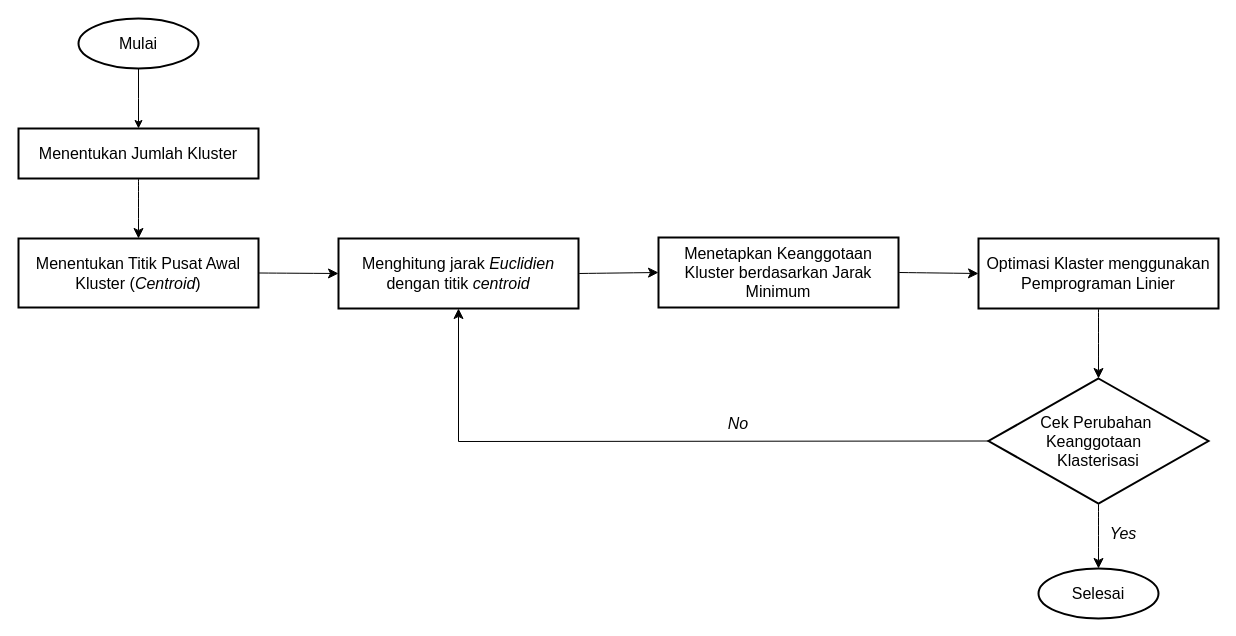
Before: page "Halaman-7" (7 of 7) of Diagram Tanpa Judul.drawio in NayaRPL/bebas, a draw.io diagram. Source tidied: cells renumbered, new cells numbered last; positions are measured from the earlier drawing's top-left corner, leaving out a move shared by most shapes. Both pictures are drawn from the tidied source at 100%, with x=0, y=0 at pixel (18, 18).
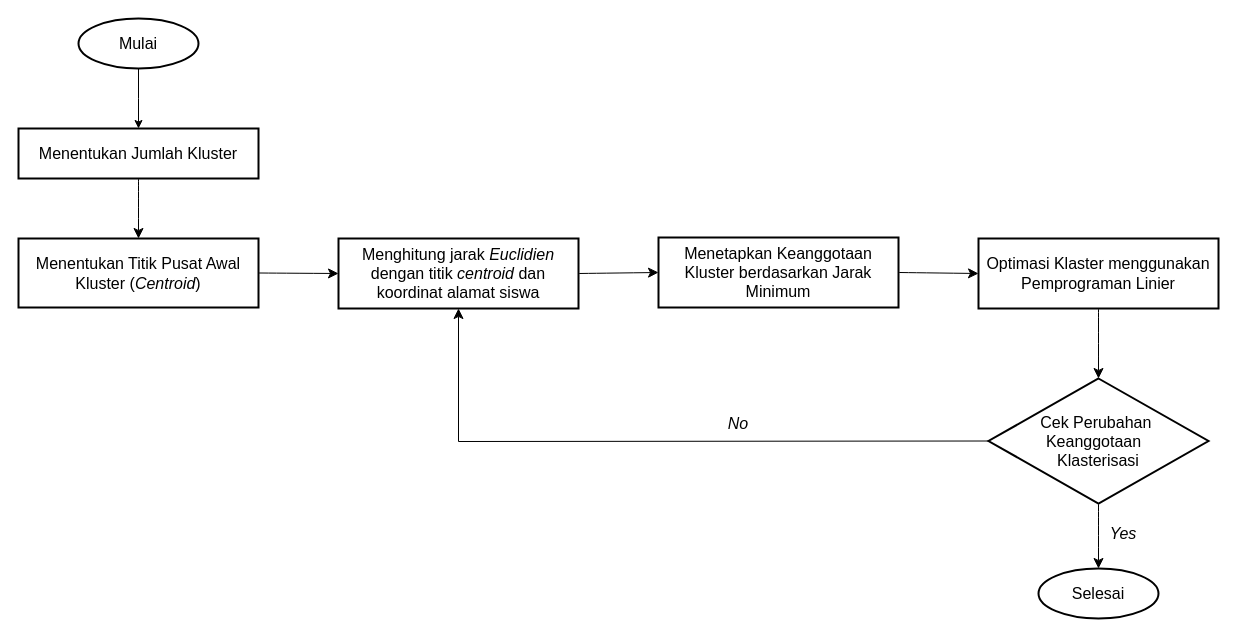
The same diagram, later.

Diff of the diagram source:
```diff
@@
-    <mxCell id="7" value="&lt;font style=&quot;font-size: 16px;&quot;&gt;Menghitung jarak &lt;i style=&quot;&quot;&gt;Euclidien&lt;/i&gt; dengan titik &lt;i style=&quot;&quot;&gt;centroid&lt;/i&gt;&lt;/font&gt;" style="rounded=0;whiteSpace=wrap;html=1;absoluteArcSize=1;arcSize=14;strokeWidth=2;" parent="1" vertex="1">
+    <mxCell id="7" value="&lt;font style=&quot;font-size: 16px;&quot;&gt;Menghitung jarak &lt;i style=&quot;&quot;&gt;Euclidien&lt;/i&gt; dengan titik &lt;i style=&quot;&quot;&gt;centroid &lt;/i&gt;dan koordinat alamat siswa&lt;/font&gt;" style="rounded=0;whiteSpace=wrap;html=1;absoluteArcSize=1;arcSize=14;strokeWidth=2;" parent="1" vertex="1">
       <mxGeometry x="320" y="220" width="240" height="70" as="geometry" />
     </mxCell>
```
